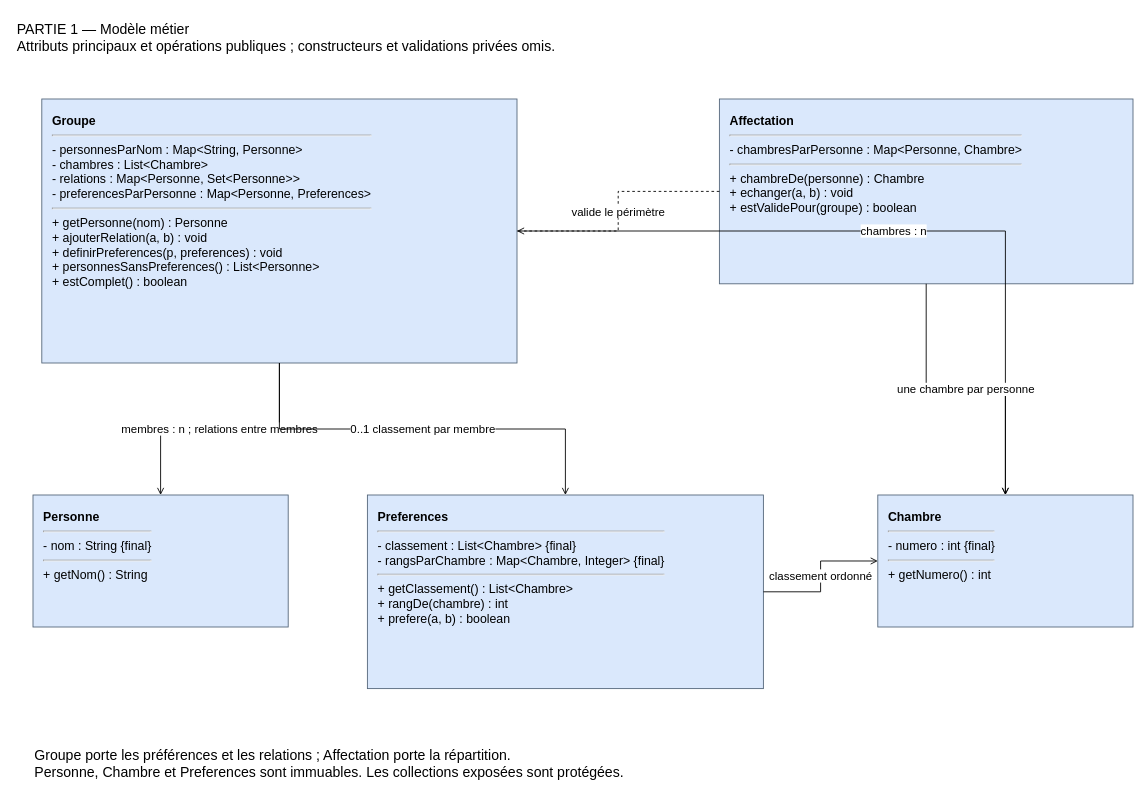
cleomenemore-rgb/Solver keeps this draw.io diagram as page "1 Modèle" (1 of 3) of docs/Architecture_Partie1.drawio. Above is the earlier version. Source tidied: cells renumbered, new cells numbered last; positions are measured from the earlier drawing's top-left corner, leaving out a move shared by most shapes. Both pictures are drawn from the tidied source at 88%, with x=0, y=0 at pixel (15, 15).
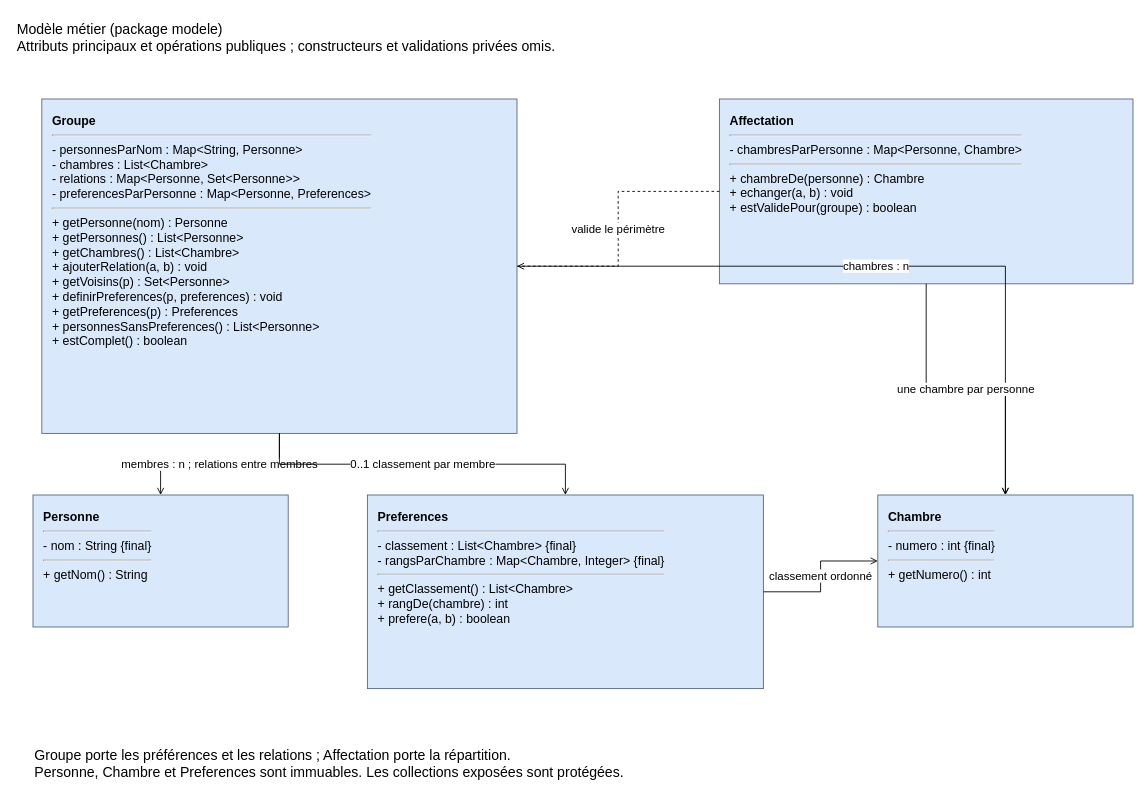
Above is the later version.

What changed in the source:
```diff
@@
 <mxGraphModel>
   <root>
     <mxCell id="0" />
     <mxCell id="1" parent="0" />
-    <mxCell id="2" value="PARTIE 1 — Modèle métier&#10;Attributs principaux et opérations publiques ; constructeurs et validations privées omis." style="text;html=0;whiteSpace=wrap;align=left;verticalAlign=top;fontSize=16;" parent="1" vertex="1">
+    <mxCell id="2" value="Modèle métier (package modele)&#10;Attributs principaux et opérations publiques ; constructeurs et validations privées omis." style="text;html=0;whiteSpace=wrap;align=left;verticalAlign=top;fontSize=16;" parent="1" vertex="1">
       <mxGeometry width="1250" height="55" as="geometry" />
     </mxCell>
-    <mxCell id="3" value="&lt;b&gt;Groupe&lt;/b&gt;&lt;hr&gt;- personnesParNom : Map&amp;lt;String, Personne&amp;gt;&lt;br&gt;- chambres : List&amp;lt;Chambre&amp;gt;&lt;br&gt;- relations : Map&amp;lt;Personne, Set&amp;lt;Personne&amp;gt;&amp;gt;&lt;br&gt;- preferencesParPersonne : Map&amp;lt;Personne, Preferences&amp;gt;&lt;hr&gt;+ getPersonne(nom) : Personne&lt;br&gt;+ ajouterRelation(a, b) : void&lt;br&gt;+ definirPreferences(p, preferences) : void&lt;br&gt;+ personnesSansPreferences() : List&amp;lt;Personne&amp;gt;&lt;br&gt;+ estComplet() : boolean" style="rounded=0;whiteSpace=wrap;html=1;align=left;verticalAlign=top;spacing=12;fontSize=14;fillColor=#dae8fc;strokeColor=#536579;" parent="1" vertex="1">
-      <mxGeometry x="30" y="95" width="540" height="300" as="geometry" />
+    <mxCell id="3" value="&lt;b&gt;Groupe&lt;/b&gt;&lt;hr&gt;- personnesParNom : Map&amp;lt;String, Personne&amp;gt;&lt;br&gt;- chambres : List&amp;lt;Chambre&amp;gt;&lt;br&gt;- relations : Map&amp;lt;Personne, Set&amp;lt;Personne&amp;gt;&amp;gt;&lt;br&gt;- preferencesParPersonne : Map&amp;lt;Personne, Preferences&amp;gt;&lt;hr&gt;+ getPersonne(nom) : Personne&lt;br&gt;+ getPersonnes() : List&amp;lt;Personne&amp;gt;&lt;br&gt;+ getChambres() : List&amp;lt;Chambre&amp;gt;&lt;br&gt;+ ajouterRelation(a, b) : void&lt;br&gt;+ getVoisins(p) : Set&amp;lt;Personne&amp;gt;&lt;br&gt;+ definirPreferences(p, preferences) : void&lt;br&gt;+ getPreferences(p) : Preferences&lt;br&gt;+ personnesSansPreferences() : List&amp;lt;Personne&amp;gt;&lt;br&gt;+ estComplet() : boolean" style="rounded=0;whiteSpace=wrap;html=1;align=left;verticalAlign=top;spacing=12;fontSize=14;fillColor=#dae8fc;strokeColor=#536579;" parent="1" vertex="1">
+      <mxGeometry x="30" y="95" width="540" height="380" as="geometry" />
     </mxCell>
     <mxCell id="4" value="&lt;b&gt;Affectation&lt;/b&gt;&lt;hr&gt;- chambresParPersonne : Map&amp;lt;Personne, Chambre&amp;gt;&lt;hr&gt;+ chambreDe(personne) : Chambre&lt;br&gt;+ echanger(a, b) : void&lt;br&gt;+ estValidePour(groupe) : boolean" style="rounded=0;whiteSpace=wrap;html=1;align=left;verticalAlign=top;spacing=12;fontSize=14;fillColor=#dae8fc;strokeColor=#536579;" parent="1" vertex="1">
       <mxGeometry x="800" y="95" width="470" height="210" as="geometry" />
     </mxCell>
     <mxCell id="5" value="&lt;b&gt;Personne&lt;/b&gt;&lt;hr&gt;- nom : String {final}&lt;hr&gt;+ getNom() : String" style="rounded=0;whiteSpace=wrap;html=1;align=left;verticalAlign=top;spacing=12;fontSize=14;fillColor=#dae8fc;strokeColor=#536579;" parent="1" vertex="1">
       <mxGeometry x="20" y="545" width="290" height="150" as="geometry" />
     </mxCell>
     <mxCell id="6" value="&lt;b&gt;Preferences&lt;/b&gt;&lt;hr&gt;- classement : List&amp;lt;Chambre&amp;gt; {final}&lt;br&gt;- rangsParChambre : Map&amp;lt;Chambre, Integer&amp;gt; {final}&lt;hr&gt;+ getClassement() : List&amp;lt;Chambre&amp;gt;&lt;br&gt;+ rangDe(chambre) : int&lt;br&gt;+ prefere(a, b) : boolean" style="rounded=0;whiteSpace=wrap;html=1;align=left;verticalAlign=top;spacing=12;fontSize=14;fillColor=#dae8fc;strokeColor=#536579;" parent="1" vertex="1">
       <mxGeometry x="400" y="545" width="450" height="220" as="geometry" />
     </mxCell>
     <mxCell id="7" value="&lt;b&gt;Chambre&lt;/b&gt;&lt;hr&gt;- numero : int {final}&lt;hr&gt;+ getNumero() : int" style="rounded=0;whiteSpace=wrap;html=1;align=left;verticalAlign=top;spacing=12;fontSize=14;fillColor=#dae8fc;strokeColor=#536579;" parent="1" vertex="1">
       <mxGeometry x="980" y="545" width="290" height="150" as="geometry" />
     </mxCell>
     <mxCell id="8" value="membres : n ; relations entre membres" style="edgeStyle=orthogonalEdgeStyle;rounded=0;html=1;fontSize=13;labelBackgroundColor=#ffffff;endArrow=open;endFill=0;" parent="1" edge="1" source="3" target="5">
       <mxGeometry relative="1" as="geometry" />
     </mxCell>
     <mxCell id="9" value="0..1 classement par membre" style="edgeStyle=orthogonalEdgeStyle;rounded=0;html=1;fontSize=13;labelBackgroundColor=#ffffff;endArrow=open;endFill=0;" parent="1" edge="1" source="3" target="6">
       <mxGeometry relative="1" as="geometry" />
     </mxCell>
     <mxCell id="10" value="chambres : n" style="edgeStyle=orthogonalEdgeStyle;rounded=0;html=1;fontSize=13;labelBackgroundColor=#ffffff;endArrow=open;endFill=0;" parent="1" edge="1" source="3" target="7">
       <mxGeometry relative="1" as="geometry" />
     </mxCell>
     <mxCell id="11" value="classement ordonné" style="edgeStyle=orthogonalEdgeStyle;rounded=0;html=1;fontSize=13;labelBackgroundColor=#ffffff;endArrow=open;endFill=0;" parent="1" edge="1" source="6" target="7">
       <mxGeometry relative="1" as="geometry" />
     </mxCell>
     <mxCell id="12" value="valide le périmètre" style="edgeStyle=orthogonalEdgeStyle;rounded=0;html=1;fontSize=13;labelBackgroundColor=#ffffff;dashed=1;endArrow=open;endFill=0;" parent="1" edge="1" source="4" target="3">
       <mxGeometry relative="1" as="geometry" />
     </mxCell>
     <mxCell id="13" value="une chambre par personne" style="edgeStyle=orthogonalEdgeStyle;rounded=0;html=1;fontSize=13;labelBackgroundColor=#ffffff;endArrow=open;endFill=0;" parent="1" edge="1" source="4" target="7">
       <mxGeometry relative="1" as="geometry" />
     </mxCell>
     <mxCell id="14" value="Groupe porte les préférences et les relations ; Affectation porte la répartition.&#10;Personne, Chambre et Preferences sont immuables. Les collections exposées sont protégées." style="text;html=0;whiteSpace=wrap;align=left;verticalAlign=top;fontSize=16;" parent="1" vertex="1">
       <mxGeometry x="20" y="825" width="1250" height="55" as="geometry" />
     </mxCell>
   </root>
 </mxGraphModel>
```
